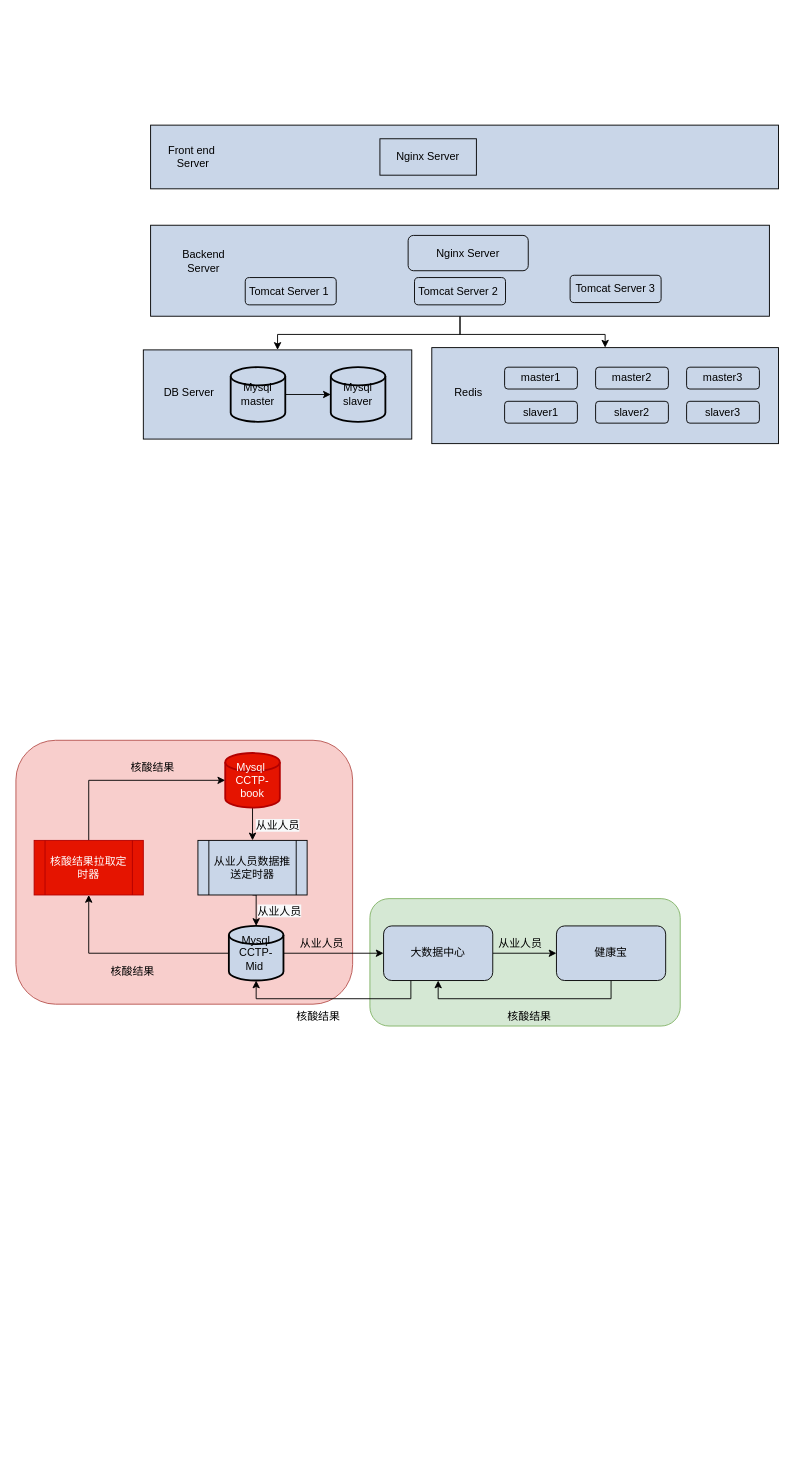
The draw.io diagram page "deployment" (2 of 3) of Untitled Diagram.drawio in qingfeng826/TestGit, before the edit. Source tidied: cells renumbered, new cells numbered last; positions are measured from the earlier drawing's top-left corner, leaving out a move shared by most shapes. Both pictures are drawn from the tidied source at 91%, with x=0, y=0 at pixel (15, 125).
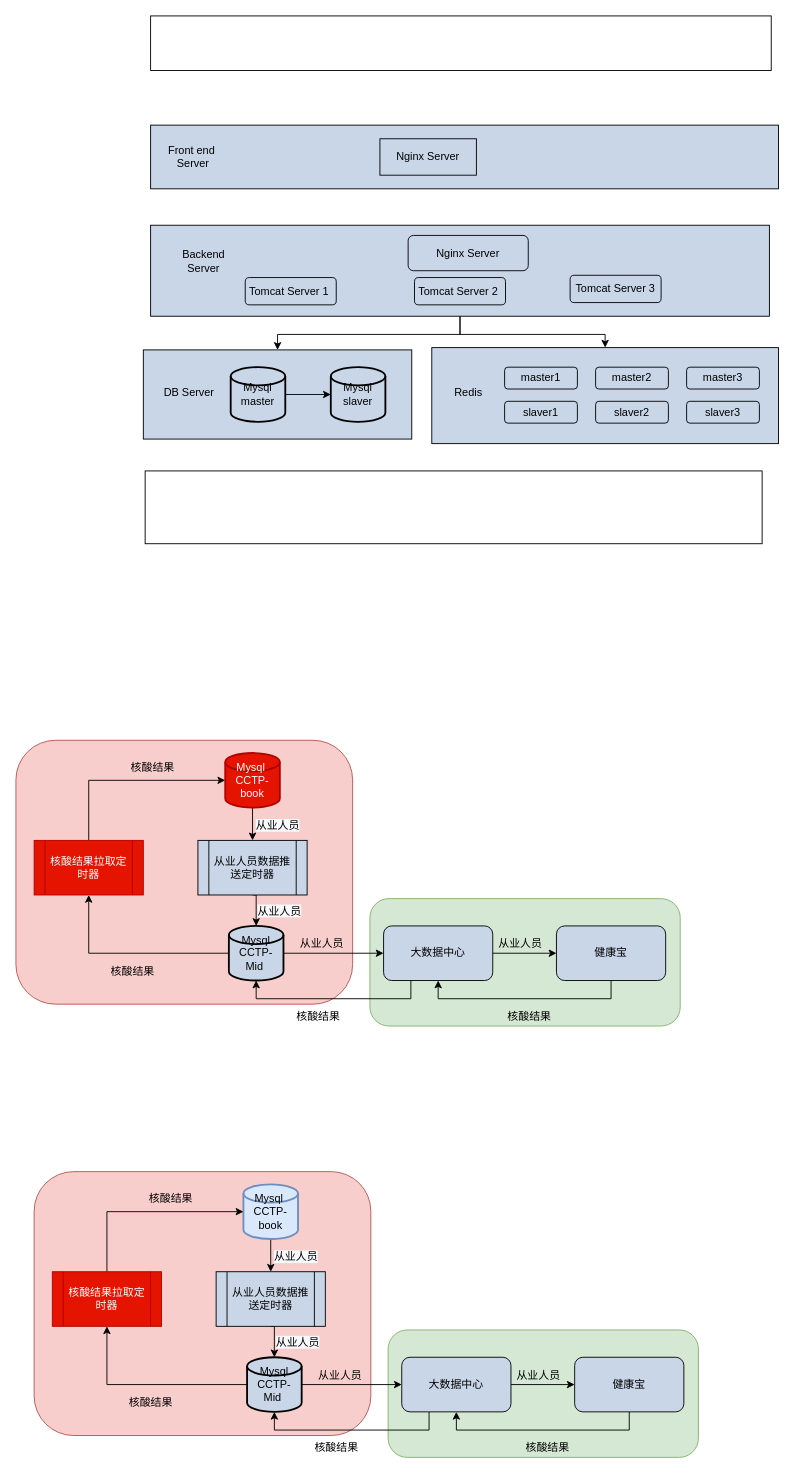
The same diagram, later.

The edit, as a diff of the source:
```diff
@@
+    <mxCell id="50" style="rounded=0;whiteSpace=wrap;html=1;" parent="1" vertex="1">
+      <mxGeometry x="142" y="380" width="678" height="80" as="geometry" />
+    </mxCell>
+    <mxCell id="51" style="rounded=0;whiteSpace=wrap;html=1;" parent="1" vertex="1">
+      <mxGeometry x="148" y="-120" width="682" height="60" as="geometry" />
+    </mxCell>
+    <mxCell id="52" style="rounded=1;whiteSpace=wrap;html=1;fillColor=#d5e8d4;strokeColor=#82b366;" parent="1" vertex="1">
+      <mxGeometry x="409" y="1324" width="341" height="140" as="geometry" />
+    </mxCell>
+    <mxCell id="53" style="rounded=1;whiteSpace=wrap;html=1;fillColor=#f8cecc;strokeColor=#b85450;" parent="1" vertex="1">
+      <mxGeometry x="20" y="1150" width="370" height="290" as="geometry" />
+    </mxCell>
+    <mxCell id="54" style="edgeStyle=orthogonalEdgeStyle;rounded=0;jettySize=auto;html=1;exitX=0.5;exitY=1;exitDx=0;exitDy=0;entryX=0.5;entryY=1;entryDx=0;entryDy=0;" parent="1" edge="1" source="55" target="60">
+      <mxGeometry relative="1" as="geometry" />
+    </mxCell>
+    <mxCell id="55" value="健康宝" style="rounded=1;whiteSpace=wrap;html=1;fillColor=#C9D6E8;" parent="1" vertex="1">
+      <mxGeometry x="614" y="1354" width="120" height="60" as="geometry" />
+    </mxCell>
+    <mxCell id="56" style="edgeStyle=orthogonalEdgeStyle;rounded=0;jettySize=auto;html=1;exitX=0.5;exitY=1;exitDx=0;exitDy=0;exitPerimeter=0;entryX=0.5;entryY=0;entryDx=0;entryDy=0;" parent="1" edge="1" source="57" target="62">
+      <mxGeometry relative="1" as="geometry" />
+    </mxCell>
+    <mxCell id="57" value="Mysql&amp;nbsp; CCTP-book" style="strokeWidth=2;html=1;shape=mxgraph.flowchart.database;whiteSpace=wrap;fillColor=#dae8fc;strokeColor=#6c8ebf;" parent="1" vertex="1">
+      <mxGeometry x="250" y="1164" width="60" height="60" as="geometry" />
+    </mxCell>
+    <mxCell id="58" style="edgeStyle=orthogonalEdgeStyle;rounded=0;jettySize=auto;html=1;" parent="1" edge="1" source="60" target="55">
+      <mxGeometry relative="1" as="geometry" />
+    </mxCell>
+    <mxCell id="59" style="edgeStyle=orthogonalEdgeStyle;rounded=0;jettySize=auto;html=1;exitX=0.25;exitY=1;exitDx=0;exitDy=0;entryX=0.5;entryY=1;entryDx=0;entryDy=0;entryPerimeter=0;" parent="1" edge="1" source="60" target="65">
+      <mxGeometry relative="1" as="geometry" />
+    </mxCell>
+    <mxCell id="60" value="大数据中心" style="rounded=1;whiteSpace=wrap;html=1;fillColor=#C9D6E8;" parent="1" vertex="1">
+      <mxGeometry x="424" y="1354" width="120" height="60" as="geometry" />
+    </mxCell>
+    <mxCell id="61" style="edgeStyle=orthogonalEdgeStyle;rounded=0;jettySize=auto;html=1;exitX=0.5;exitY=1;exitDx=0;exitDy=0;entryX=0.5;entryY=0;entryDx=0;entryDy=0;entryPerimeter=0;" parent="1" edge="1" source="62" target="65">
+      <mxGeometry relative="1" as="geometry" />
+    </mxCell>
+    <mxCell id="62" value="从业人员数据推送定时器" style="shape=process;whiteSpace=wrap;html=1;backgroundOutline=1;fillColor=#C9D6E8;" parent="1" vertex="1">
+      <mxGeometry x="220" y="1260" width="120" height="60" as="geometry" />
+    </mxCell>
+    <mxCell id="63" style="edgeStyle=orthogonalEdgeStyle;rounded=0;jettySize=auto;html=1;" parent="1" edge="1" source="65" target="60">
+      <mxGeometry relative="1" as="geometry" />
+    </mxCell>
+    <mxCell id="64" style="edgeStyle=orthogonalEdgeStyle;rounded=0;jettySize=auto;html=1;" parent="1" edge="1" source="65" target="73">
+      <mxGeometry relative="1" as="geometry" />
+    </mxCell>
+    <mxCell id="65" value="Mysql CCTP-Mid&amp;nbsp;" style="strokeWidth=2;html=1;shape=mxgraph.flowchart.database;whiteSpace=wrap;fillColor=#C9D6E8;" parent="1" vertex="1">
+      <mxGeometry x="254" y="1354" width="60" height="60" as="geometry" />
+    </mxCell>
+    <mxCell id="66" value="从业人员" style="text;html=1;align=center;verticalAlign=middle;fillColor=none;strokeColor=none;rounded=0;" parent="1" vertex="1">
+      <mxGeometry x="326" y="1364" width="60" height="20" as="geometry" />
+    </mxCell>
+    <mxCell id="67" value="&lt;span style=&quot;color: rgb(0, 0, 0); font-family: Helvetica; font-size: 12px; font-style: normal; font-variant-ligatures: normal; font-variant-caps: normal; font-weight: 400; letter-spacing: normal; orphans: 2; text-align: center; text-indent: 0px; text-transform: none; widows: 2; word-spacing: 0px; -webkit-text-stroke-width: 0px; background-color: rgb(248, 249, 250); text-decoration-thickness: initial; text-decoration-style: initial; text-decoration-color: initial; float: none; display: inline !important;&quot;&gt;从业人员&lt;/span&gt;" style="text;whiteSpace=wrap;html=1;" parent="1" vertex="1">
+      <mxGeometry x="282" y="1230" width="70" height="30" as="geometry" />
+    </mxCell>
+    <mxCell id="68" value="&lt;span style=&quot;color: rgb(0, 0, 0); font-family: Helvetica; font-size: 12px; font-style: normal; font-variant-ligatures: normal; font-variant-caps: normal; font-weight: 400; letter-spacing: normal; orphans: 2; text-align: center; text-indent: 0px; text-transform: none; widows: 2; word-spacing: 0px; -webkit-text-stroke-width: 0px; background-color: rgb(248, 249, 250); text-decoration-thickness: initial; text-decoration-style: initial; text-decoration-color: initial; float: none; display: inline !important;&quot;&gt;从业人员&lt;/span&gt;" style="text;whiteSpace=wrap;html=1;" parent="1" vertex="1">
+      <mxGeometry x="284" y="1324" width="70" height="30" as="geometry" />
+    </mxCell>
+    <mxCell id="69" value="从业人员" style="text;html=1;align=center;verticalAlign=middle;fillColor=none;strokeColor=none;rounded=0;" parent="1" vertex="1">
+      <mxGeometry x="544" y="1364" width="60" height="20" as="geometry" />
+    </mxCell>
+    <mxCell id="70" value="核酸结果" style="text;html=1;align=center;verticalAlign=middle;fillColor=none;strokeColor=none;rounded=0;" parent="1" vertex="1">
+      <mxGeometry x="554" y="1444" width="60" height="20" as="geometry" />
+    </mxCell>
+    <mxCell id="71" value="核酸结果" style="text;html=1;align=center;verticalAlign=middle;fillColor=none;strokeColor=none;rounded=0;" parent="1" vertex="1">
+      <mxGeometry x="322" y="1444" width="60" height="20" as="geometry" />
+    </mxCell>
+    <mxCell id="72" style="edgeStyle=orthogonalEdgeStyle;rounded=0;jettySize=auto;html=1;exitX=0.5;exitY=0;exitDx=0;exitDy=0;entryX=0;entryY=0.5;entryDx=0;entryDy=0;entryPerimeter=0;" parent="1" edge="1" source="73" target="57">
+      <mxGeometry relative="1" as="geometry" />
+    </mxCell>
+    <mxCell id="73" value="&lt;span style=&quot;&quot;&gt;核酸结果拉取定时器&lt;br&gt;&lt;/span&gt;" style="shape=process;whiteSpace=wrap;html=1;backgroundOutline=1;fillColor=#e51400;fontColor=#ffffff;strokeColor=#B20000;" parent="1" vertex="1">
+      <mxGeometry x="40" y="1260" width="120" height="60" as="geometry" />
+    </mxCell>
+    <mxCell id="74" value="核酸结果" style="text;html=1;align=center;verticalAlign=middle;fillColor=none;strokeColor=none;rounded=0;" parent="1" vertex="1">
+      <mxGeometry x="118" y="1394" width="60" height="20" as="geometry" />
+    </mxCell>
+    <mxCell id="75" value="核酸结果" style="text;html=1;align=center;verticalAlign=middle;fillColor=none;strokeColor=none;rounded=0;" parent="1" vertex="1">
+      <mxGeometry x="140" y="1170" width="60" height="20" as="geometry" />
+    </mxCell>
```
